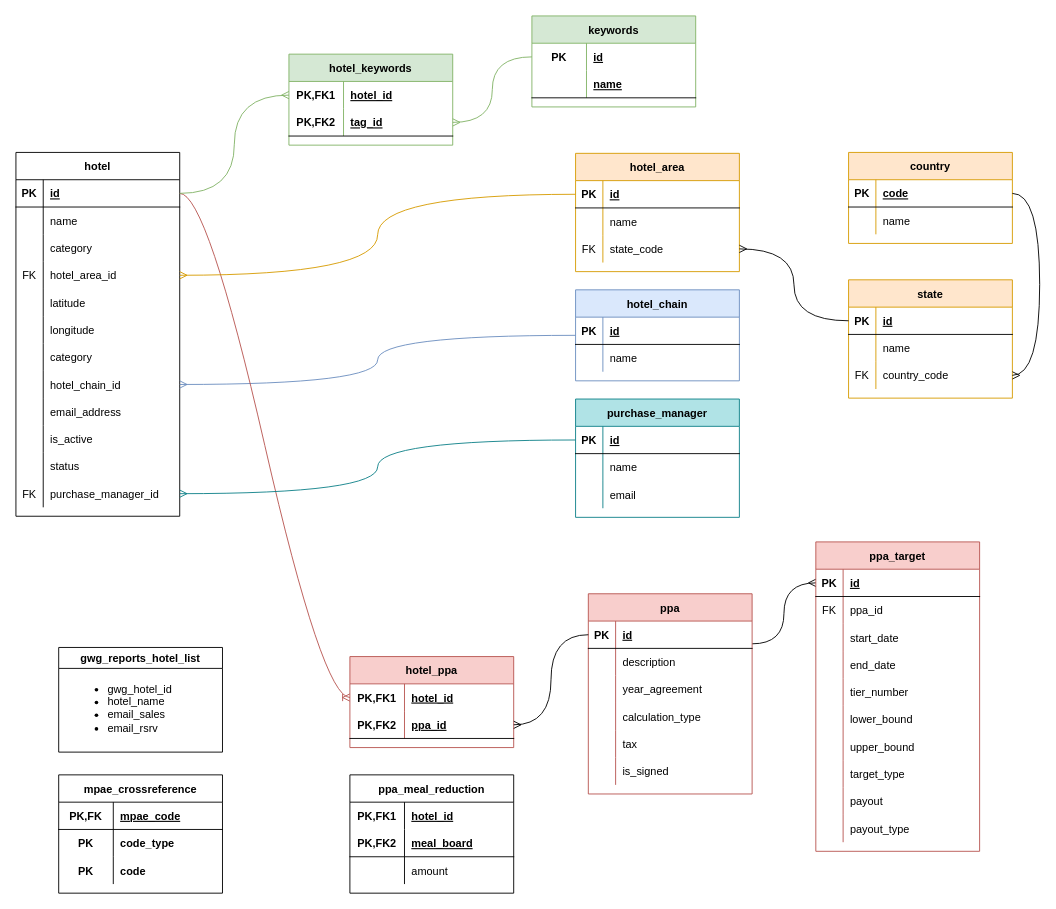
This is hotels_master_list.drawio from justivan/drawio-diagrams, a draw.io file, before an edit. Source tidied: cells renumbered, new cells numbered last; positions are measured from the earlier drawing's top-left corner, leaving out a move shared by most shapes. Both pictures are drawn from the tidied source at 91%, with x=0, y=0 at pixel (15, 15).
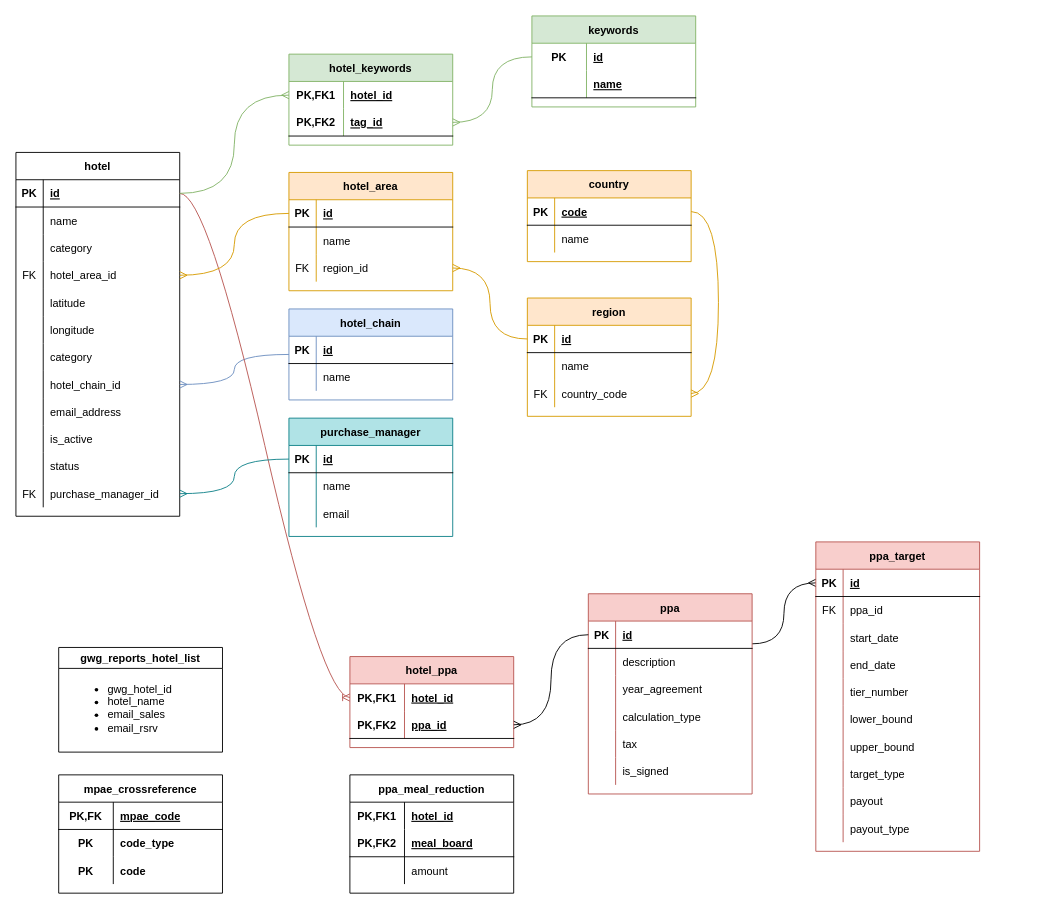
The same page after the edit.

Unchanged cells that the change refers to:
```xml
<mxCell id="40" style="shape=tableRow;horizontal=0;startSize=0;swimlaneHead=0;swimlaneBody=0;fillColor=none;points=[[0,0.5],[1,0.5]];portConstraint=eastwest;top=0;left=0;right=0;bottom=1;" parent="39" vertex="1">
  <mxGeometry y="30" width="180" height="30" as="geometry" />
</mxCell>
<mxCell id="71" style="shape=tableRow;horizontal=0;startSize=0;swimlaneHead=0;swimlaneBody=0;fillColor=none;points=[[0,0.5],[1,0.5]];portConstraint=eastwest;top=0;left=0;right=0;bottom=0;" parent="64" vertex="1">
  <mxGeometry y="90" width="180" height="30" as="geometry" />
</mxCell>
<mxCell id="75" style="shape=tableRow;horizontal=0;startSize=0;swimlaneHead=0;swimlaneBody=0;fillColor=none;points=[[0,0.5],[1,0.5]];portConstraint=eastwest;top=0;left=0;right=0;bottom=1;" parent="74" vertex="1">
  <mxGeometry y="30" width="180" height="30" as="geometry" />
</mxCell>
<mxCell id="81" style="shape=tableRow;horizontal=0;startSize=0;swimlaneHead=0;swimlaneBody=0;fillColor=none;points=[[0,0.5],[1,0.5]];portConstraint=eastwest;top=0;left=0;right=0;bottom=0;" parent="74" vertex="1">
  <mxGeometry y="90" width="180" height="30" as="geometry" />
</mxCell>
```

Diff of the diagram source:
```diff
@@
     <mxCell id="39" value="country" style="shape=table;startSize=30;childLayout=tableLayout;rowLines=0;fontStyle=1;align=center;fillColor=#ffe6cc;strokeColor=#d79b00;" parent="1" vertex="1">
-      <mxGeometry x="915" y="150" width="180" height="100" as="geometry" />
+      <mxGeometry x="562" y="170" width="180" height="100" as="geometry" />
     </mxCell>
@@
     <mxCell id="46" value="purchase_manager" style="shape=table;startSize=30;childLayout=tableLayout;rowLines=0;fontStyle=1;align=center;fillColor=#b0e3e6;strokeColor=#0e8088;" parent="1" vertex="1">
-      <mxGeometry x="615" y="421" width="180" height="130" as="geometry" />
+      <mxGeometry x="300" y="442" width="180" height="130" as="geometry" />
     </mxCell>
@@
     <mxCell id="57" value="hotel_chain" style="shape=table;startSize=30;childLayout=tableLayout;rowLines=0;fontStyle=1;align=center;fillColor=#dae8fc;strokeColor=#6c8ebf;" parent="1" vertex="1">
-      <mxGeometry x="615" y="301" width="180" height="100" as="geometry" />
+      <mxGeometry x="300" y="322" width="180" height="100" as="geometry" />
     </mxCell>
@@
     <mxCell id="64" value="hotel_area" style="shape=table;startSize=30;childLayout=tableLayout;rowLines=0;fontStyle=1;align=center;fillColor=#ffe6cc;strokeColor=#d79b00;" parent="1" vertex="1">
-      <mxGeometry x="615" y="151" width="180" height="130" as="geometry" />
+      <mxGeometry x="300" y="172" width="180" height="130" as="geometry" />
     </mxCell>
@@
-    <mxCell id="73" value="state_code" style="shape=partialRectangle;fillColor=none;top=0;left=0;bottom=0;right=0;align=left;spacingLeft=6;overflow=hidden;" parent="71" vertex="1">
+    <mxCell id="73" value="region_id" style="shape=partialRectangle;fillColor=none;top=0;left=0;bottom=0;right=0;align=left;spacingLeft=6;overflow=hidden;" parent="71" vertex="1">
       <mxGeometry x="30" width="150" height="30" as="geometry" />
     </mxCell>
-    <mxCell id="74" value="state" style="shape=table;startSize=30;childLayout=tableLayout;rowLines=0;fontStyle=1;align=center;fillColor=#ffe6cc;strokeColor=#d79b00;" parent="1" vertex="1">
-      <mxGeometry x="915" y="290" width="180" height="130" as="geometry" />
+    <mxCell id="74" value="region" style="shape=table;startSize=30;childLayout=tableLayout;rowLines=0;fontStyle=1;align=center;fillColor=#ffe6cc;strokeColor=#d79b00;" parent="1" vertex="1">
+      <mxGeometry x="562" y="310" width="180" height="130" as="geometry" />
     </mxCell>
@@
-    <mxCell id="84" style="edgeStyle=orthogonalEdgeStyle;curved=1;rounded=0;jettySize=auto;html=1;exitX=1;exitY=0.5;exitDx=0;exitDy=0;endArrow=ERmany;endFill=0;elbow=vertical;entryX=1;entryY=0.5;entryDx=0;entryDy=0;" parent="1" edge="1" source="40" target="81">
+    <mxCell id="84" style="edgeStyle=orthogonalEdgeStyle;curved=1;rounded=0;jettySize=auto;html=1;exitX=1;exitY=0.5;exitDx=0;exitDy=0;endArrow=ERmany;endFill=0;elbow=vertical;entryX=1;entryY=0.5;entryDx=0;entryDy=0;fillColor=#ffe6cc;strokeColor=#d79b00;" parent="1" edge="1" source="40" target="81">
       <mxGeometry relative="1" as="geometry">
         <Array as="points">
-          <mxPoint x="1125" y="195" />
-          <mxPoint x="1125" y="395" />
+          <mxPoint x="772" y="215" />
+          <mxPoint x="772" y="415" />
         </Array>
       </mxGeometry>
     </mxCell>
@@
-    <mxCell id="98" style="edgeStyle=orthogonalEdgeStyle;curved=1;rounded=0;jettySize=auto;html=1;endArrow=ERmany;endFill=0;" parent="1" edge="1" source="75" target="71">
+    <mxCell id="98" style="edgeStyle=orthogonalEdgeStyle;curved=1;rounded=0;jettySize=auto;html=1;endArrow=ERmany;endFill=0;fillColor=#ffe6cc;strokeColor=#d79b00;" parent="1" edge="1" source="75" target="71">
       <mxGeometry relative="1" as="geometry" />
     </mxCell>
```
